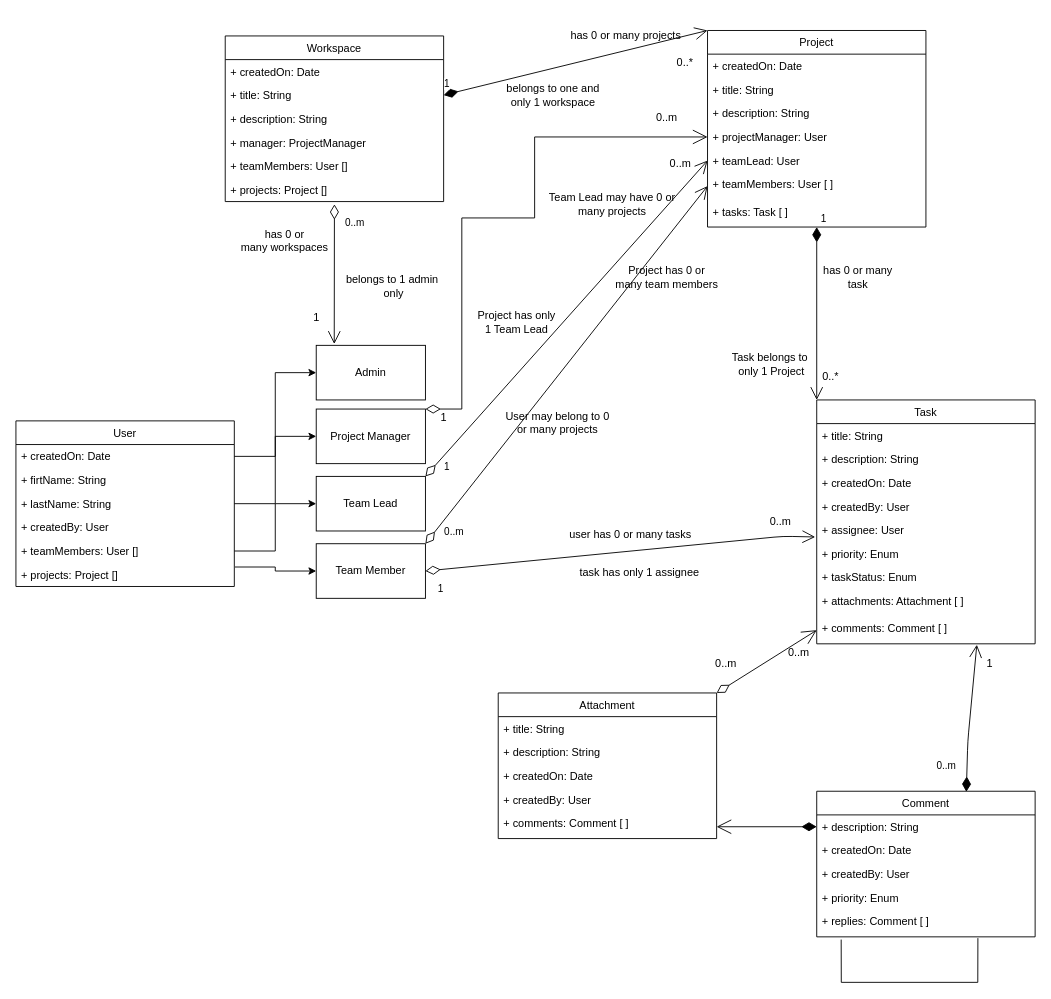
Earlier version of the draw.io diagram docs/uml.drawio (yasir-systemplus/projecthub). Source tidied: cells renumbered, new cells numbered last; positions are measured from the earlier drawing's top-left corner, leaving out a move shared by most shapes. Both pictures are drawn from the tidied source at 91%, with x=0, y=0 at pixel (15, 26).
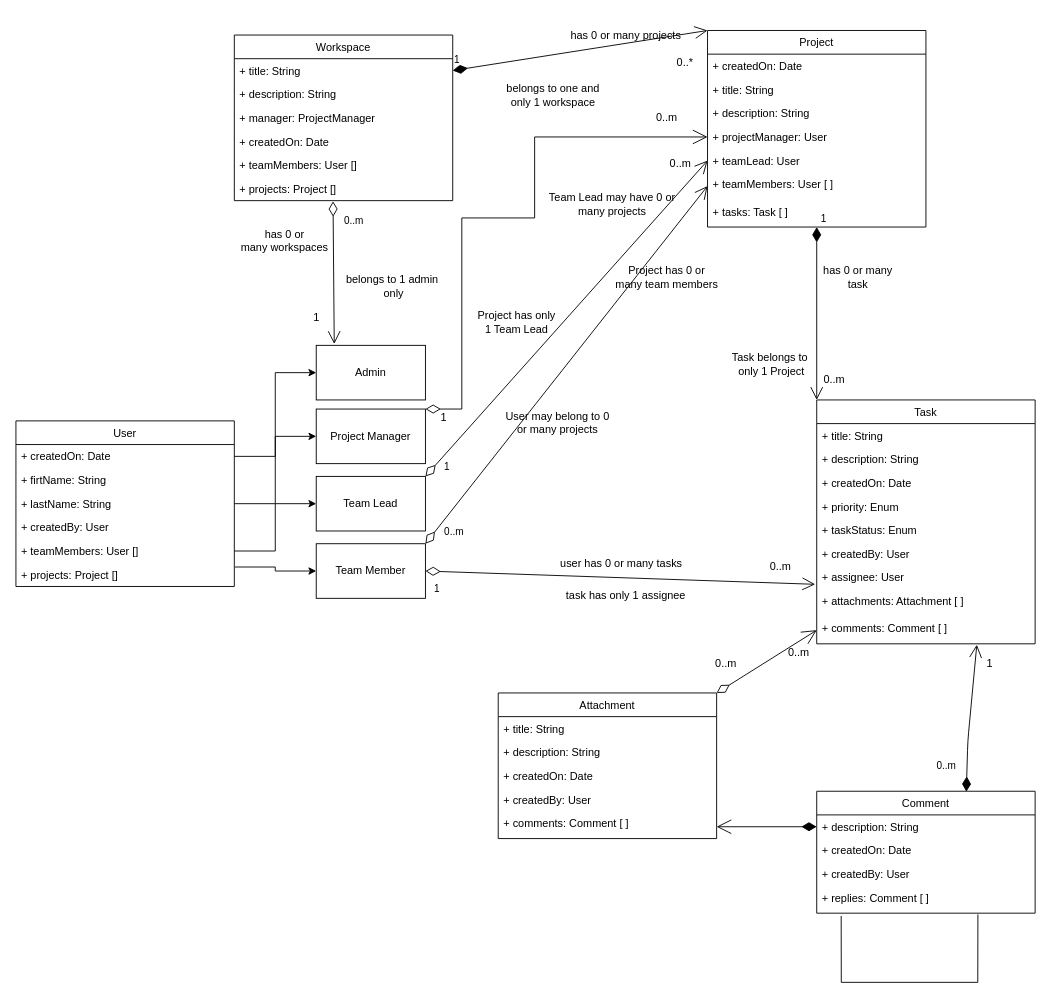
The same diagram, later.

Unchanged cells that the change refers to:
```xml
<mxCell id="8" value="+ projects: Project []" style="text;strokeColor=none;fillColor=none;align=left;verticalAlign=top;spacingLeft=4;spacingRight=4;overflow=hidden;points=[[0,0.5],[1,0.5]];portConstraint=eastwest;" parent="2" vertex="1">
  <mxGeometry y="156" width="240" height="26" as="geometry" />
</mxCell>
<mxCell id="34" value="Task" style="swimlane;fontStyle=0;horizontal=1;startSize=26;fillColor=none;" parent="1" vertex="1">
  <mxGeometry x="880" y="410" width="240" height="268" as="geometry" />
</mxCell>
<mxCell id="72" value="Team Member" style="rounded=0;whiteSpace=wrap;html=1;" parent="1" vertex="1">
  <mxGeometry x="330" y="568" width="120" height="60" as="geometry" />
</mxCell>
<mxCell id="82" value="Admin" style="rounded=0;whiteSpace=wrap;html=1;" parent="1" vertex="1">
  <mxGeometry x="330" y="350" width="120" height="60" as="geometry" />
</mxCell>
```

Diff of the diagram source:
```diff
@@
     <mxCell id="2" value="Workspace" style="swimlane;fontStyle=0;horizontal=1;startSize=26;fillColor=none;" parent="1" vertex="1">
-      <mxGeometry x="230" y="10" width="240" height="182" as="geometry" />
+      <mxGeometry x="240" y="9" width="240" height="182" as="geometry" />
     </mxCell>
-    <mxCell id="3" value="+ createdOn: Date" style="text;strokeColor=none;fillColor=none;align=left;verticalAlign=top;spacingLeft=4;spacingRight=4;overflow=hidden;" parent="2" vertex="1">
-      <mxGeometry y="26" width="240" height="26" as="geometry" />
-    </mxCell>
     <mxCell id="4" value="+ title: String" style="text;strokeColor=none;fillColor=none;align=left;verticalAlign=top;spacingLeft=4;spacingRight=4;overflow=hidden;points=[[0,0.5],[1,0.5]];portConstraint=eastwest;" parent="2" vertex="1">
-      <mxGeometry y="52" width="240" height="26" as="geometry" />
+      <mxGeometry y="26" width="240" height="26" as="geometry" />
     </mxCell>
     <mxCell id="5" value="+ description: String" style="text;strokeColor=none;fillColor=none;align=left;verticalAlign=top;spacingLeft=4;spacingRight=4;overflow=hidden;" parent="2" vertex="1">
-      <mxGeometry y="78" width="240" height="26" as="geometry" />
+      <mxGeometry y="52" width="240" height="26" as="geometry" />
     </mxCell>
     <mxCell id="6" value="+ manager: ProjectManager" style="text;strokeColor=none;fillColor=none;align=left;verticalAlign=top;spacingLeft=4;spacingRight=4;overflow=hidden;" parent="2" vertex="1">
-      <mxGeometry y="104" width="240" height="26" as="geometry" />
+      <mxGeometry y="78" width="240" height="26" as="geometry" />
     </mxCell>
+    <mxCell id="3" value="+ createdOn: Date" style="text;strokeColor=none;fillColor=none;align=left;verticalAlign=top;spacingLeft=4;spacingRight=4;overflow=hidden;" parent="2" vertex="1">
+      <mxGeometry y="104" width="240" height="26" as="geometry" />
+    </mxCell>
@@
-    <mxCell id="28" value="0..m" style="endArrow=open;html=1;endSize=12;startArrow=diamondThin;startSize=14;startFill=0;align=left;verticalAlign=bottom;entryX=0.165;entryY=-0.025;entryDx=0;entryDy=0;entryPerimeter=0;" parent="1" edge="1" target="82">
-      <mxGeometry x="-0.62" y="10" relative="1" as="geometry">
-        <mxPoint x="350" y="195" as="sourcePoint" />
-      </mxGeometry>
+    <mxCell id="28" value="0..m" style="endArrow=open;html=1;endSize=12;startArrow=diamondThin;startSize=14;startFill=0;align=left;verticalAlign=bottom;entryX=0.165;entryY=-0.025;entryDx=0;entryDy=0;entryPerimeter=0;exitX=0.452;exitY=1.027;exitDx=0;exitDy=0;exitPerimeter=0;" parent="1" edge="1" source="8" target="82">
+      <mxGeometry x="-0.62" y="10" relative="1" as="geometry" />
     </mxCell>
@@
+    <mxCell id="40" value="+ priority: Enum" style="text;strokeColor=none;fillColor=none;align=left;verticalAlign=top;spacingLeft=4;spacingRight=4;overflow=hidden;" parent="34" vertex="1">
+      <mxGeometry y="104" width="240" height="26" as="geometry" />
+    </mxCell>
+    <mxCell id="41" value="+ taskStatus: Enum" style="text;strokeColor=none;fillColor=none;align=left;verticalAlign=top;spacingLeft=4;spacingRight=4;overflow=hidden;" parent="34" vertex="1">
+      <mxGeometry y="130" width="240" height="26" as="geometry" />
+    </mxCell>
     <mxCell id="38" value="+ createdBy: User" style="text;strokeColor=none;fillColor=none;align=left;verticalAlign=top;spacingLeft=4;spacingRight=4;overflow=hidden;" parent="34" vertex="1">
-      <mxGeometry y="104" width="240" height="26" as="geometry" />
+      <mxGeometry y="156" width="240" height="26" as="geometry" />
     </mxCell>
     <mxCell id="39" value="+ assignee: User" style="text;strokeColor=none;fillColor=none;align=left;verticalAlign=top;spacingLeft=4;spacingRight=4;overflow=hidden;points=[[0,0.5],[1,0.5]];portConstraint=eastwest;" parent="34" vertex="1">
-      <mxGeometry y="130" width="240" height="26" as="geometry" />
+      <mxGeometry y="182" width="240" height="26" as="geometry" />
     </mxCell>
-    <mxCell id="40" value="+ priority: Enum" style="text;strokeColor=none;fillColor=none;align=left;verticalAlign=top;spacingLeft=4;spacingRight=4;overflow=hidden;" parent="34" vertex="1">
-      <mxGeometry y="156" width="240" height="26" as="geometry" />
-    </mxCell>
-    <mxCell id="41" value="+ taskStatus: Enum" style="text;strokeColor=none;fillColor=none;align=left;verticalAlign=top;spacingLeft=4;spacingRight=4;overflow=hidden;" parent="34" vertex="1">
-      <mxGeometry y="182" width="240" height="26" as="geometry" />
-    </mxCell>
@@
     <mxCell id="44" value="1" style="endArrow=open;html=1;endSize=12;startArrow=diamondThin;startSize=14;startFill=0;align=left;verticalAlign=bottom;entryX=-0.007;entryY=0.792;entryDx=0;entryDy=0;entryPerimeter=0;exitX=1;exitY=0.5;exitDx=0;exitDy=0;" parent="1" edge="1" source="72" target="39">
-      <mxGeometry x="-0.96" y="-29" relative="1" as="geometry">
-        <Array as="points">
-          <mxPoint x="843" y="559.8" />
-        </Array>
-      </mxGeometry>
+      <mxGeometry x="-0.96" y="-29" relative="1" as="geometry" />
     </mxCell>
     <mxCell id="45" value="task has only 1 assignee" style="text;html=1;align=center;verticalAlign=middle;" parent="1" vertex="1">
-      <mxGeometry x="610" y="590" width="150" height="20" as="geometry" />
+      <mxGeometry x="595" y="615" width="150" height="20" as="geometry" />
     </mxCell>
     <mxCell id="46" value="0..m" style="text;html=1;align=center;verticalAlign=middle;" parent="1" vertex="1">
-      <mxGeometry x="820" y="534" width="40" height="20" as="geometry" />
+      <mxGeometry x="820" y="583" width="40" height="20" as="geometry" />
     </mxCell>
     <mxCell id="47" value="user has 0 or many tasks" style="text;html=1;align=center;verticalAlign=middle;" parent="1" vertex="1">
-      <mxGeometry x="600" y="548" width="150" height="20" as="geometry" />
+      <mxGeometry x="590" y="580" width="150" height="20" as="geometry" />
     </mxCell>
@@
-    <mxCell id="50" value="0..*" style="text;html=1;align=center;verticalAlign=middle;" parent="1" vertex="1">
-      <mxGeometry x="880" y="375" width="30" height="20" as="geometry" />
+    <mxCell id="50" value="0..m" style="text;html=1;align=center;verticalAlign=middle;" parent="1" vertex="1">
+      <mxGeometry x="879" y="378" width="40" height="20" as="geometry" />
     </mxCell>
@@
     <mxCell id="59" value="Comment" style="swimlane;fontStyle=0;horizontal=1;startSize=26;fillColor=none;" parent="1" vertex="1">
-      <mxGeometry x="880" y="840" width="240" height="160" as="geometry" />
+      <mxGeometry x="880" y="840" width="240" height="134" as="geometry" />
     </mxCell>
@@
-    <mxCell id="63" value="+ priority: Enum" style="text;strokeColor=none;fillColor=none;align=left;verticalAlign=top;spacingLeft=4;spacingRight=4;overflow=hidden;" parent="59" vertex="1">
-      <mxGeometry y="104" width="240" height="26" as="geometry" />
-    </mxCell>
     <mxCell id="64" value="+ replies: Comment [ ]" style="text;strokeColor=none;fillColor=none;align=left;verticalAlign=top;spacingLeft=4;spacingRight=4;overflow=hidden;points=[[0,0.5],[1,0.5]];portConstraint=eastwest;" parent="59" vertex="1">
-      <mxGeometry y="130" width="240" height="30" as="geometry" />
+      <mxGeometry y="104" width="240" height="30" as="geometry" />
     </mxCell>
```
